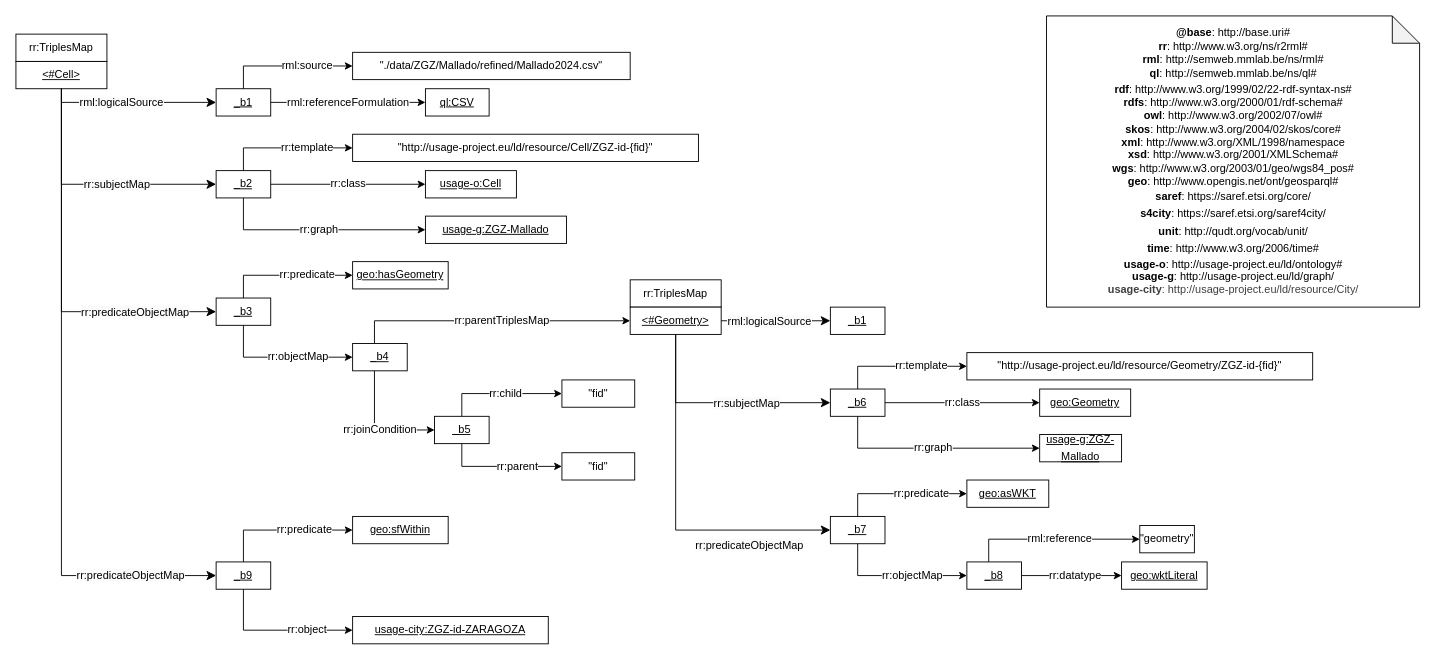
This is mapping/ZGZ/Mallado/mapping.drawio from OnToologyUser/ZGZ_ghg_emissions_knowledge_graph, a draw.io file, before an edit. Source tidied: cells renumbered, new cells numbered last; positions are measured from the earlier drawing's top-left corner, leaving out a move shared by most shapes. Both pictures are drawn from the tidied source at 91%, with x=0, y=0 at pixel (15, 15).
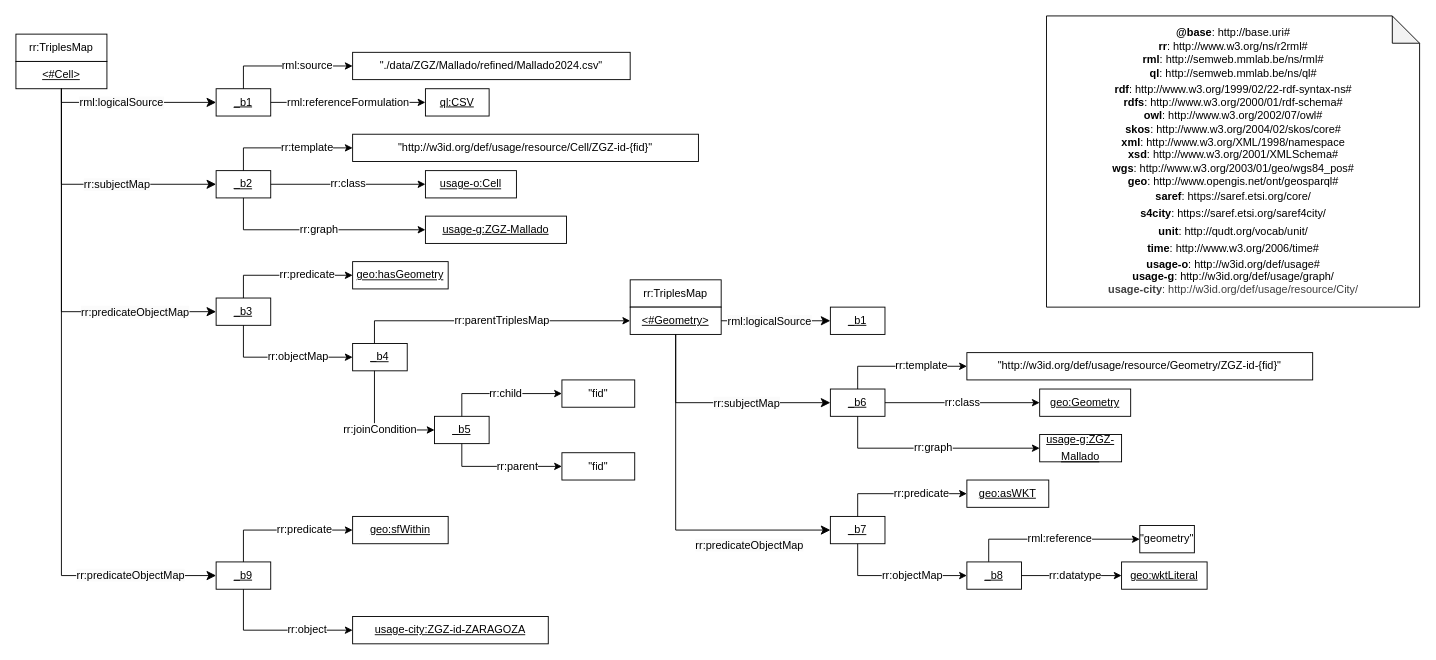
The same diagram, later.

What changed in the source:
```diff
@@
-    <mxCell id="2" value="&lt;div&gt;&lt;b&gt;@base&lt;/b&gt;: http://base.uri#&lt;/div&gt;&lt;div&gt;&lt;b style=&quot;background-color: initial;&quot;&gt;rr&lt;/b&gt;&lt;span style=&quot;background-color: initial;&quot;&gt;: http://www.w3.org/ns/r2rml#&lt;/span&gt;&lt;br&gt;&lt;/div&gt;&lt;div&gt;&lt;div style=&quot;border-color: var(--border-color);&quot;&gt;&lt;b&gt;rml&lt;/b&gt;: http://semweb.mmlab.be/ns/rml#&lt;/div&gt;&lt;div style=&quot;border-color: var(--border-color);&quot;&gt;&lt;div style=&quot;line-height: 19px;&quot;&gt;&lt;div style=&quot;&quot;&gt;&lt;b&gt;ql&lt;/b&gt;: http://semweb.mmlab.be/ns/ql#&lt;/div&gt;&lt;div style=&quot;&quot;&gt;&lt;/div&gt;&lt;/div&gt;&lt;/div&gt;&lt;div style=&quot;border-color: var(--border-color);&quot;&gt;&lt;b&gt;rdf&lt;/b&gt;: http://www.w3.org/1999/02/22-rdf-syntax-ns#&lt;/div&gt;&lt;div style=&quot;border-color: var(--border-color);&quot;&gt;&lt;b&gt;rdfs&lt;/b&gt;: http://www.w3.org/2000/01/rdf-schema#&lt;/div&gt;&lt;div style=&quot;border-color: var(--border-color);&quot;&gt;&lt;span style=&quot;background-color: initial;&quot;&gt;&lt;b&gt;owl&lt;/b&gt;: http://www.w3.org/2002/07/owl#&lt;/span&gt;&lt;br&gt;&lt;/div&gt;&lt;div style=&quot;border-color: var(--border-color);&quot;&gt;&lt;b&gt;skos&lt;/b&gt;: http://www.w3.org/2004/02/skos/core#&lt;/div&gt;&lt;div style=&quot;border-color: var(--border-color);&quot;&gt;&lt;b&gt;xml&lt;/b&gt;: http://www.w3.org/XML/1998/namespace&lt;/div&gt;&lt;div style=&quot;border-color: var(--border-color);&quot;&gt;&lt;b&gt;xsd&lt;/b&gt;: http://www.w3.org/2001/XMLSchema#&lt;/div&gt;&lt;div style=&quot;border-color: var(--border-color);&quot;&gt;&lt;span style=&quot;background-color: initial;&quot;&gt;&lt;b&gt;wgs&lt;/b&gt;: http://www.w3.org/2003/01/geo/wgs84_pos#&lt;/span&gt;&lt;br&gt;&lt;/div&gt;&lt;div style=&quot;border-color: var(--border-color);&quot;&gt;&lt;b style=&quot;background-color: initial;&quot;&gt;geo&lt;/b&gt;&lt;span style=&quot;background-color: initial;&quot;&gt;: http://www.opengis.net/ont/geosparql#&lt;/span&gt;&lt;br&gt;&lt;/div&gt;&lt;div style=&quot;border-color: var(--border-color);&quot;&gt;&lt;div style=&quot;line-height: 19px;&quot;&gt;&lt;b&gt;saref&lt;/b&gt;: https://saref.etsi.org/core/&lt;/div&gt;&lt;div style=&quot;line-height: 19px;&quot;&gt;&lt;div style=&quot;line-height: 19px;&quot;&gt;&lt;b&gt;s4city&lt;/b&gt;: https://saref.etsi.org/saref4city/&lt;/div&gt;&lt;div style=&quot;line-height: 19px;&quot;&gt;&lt;div style=&quot;line-height: 19px;&quot;&gt;&lt;b style=&quot;border-color: var(--border-color); background-color: initial;&quot;&gt;unit&lt;/b&gt;&lt;span style=&quot;border-color: var(--border-color); background-color: initial;&quot;&gt;:&lt;/span&gt;&lt;span style=&quot;border-color: var(--border-color); background-color: initial;&quot;&gt;&amp;nbsp;&lt;/span&gt;&lt;span style=&quot;border-color: var(--border-color); background-color: initial;&quot;&gt;http://qudt.org/vocab/unit/&lt;/span&gt;&lt;br&gt;&lt;/div&gt;&lt;div style=&quot;line-height: 19px;&quot;&gt;&lt;div style=&quot;border-color: var(--border-color); line-height: 19px;&quot;&gt;&lt;b style=&quot;border-color: var(--border-color); background-color: initial;&quot;&gt;time&lt;/b&gt;&lt;span style=&quot;border-color: var(--border-color); background-color: initial;&quot;&gt;: http://www.w3.org/2006/time#&lt;/span&gt;&lt;/div&gt;&lt;/div&gt;&lt;/div&gt;&lt;/div&gt;&lt;/div&gt;&lt;div style=&quot;border-color: var(--border-color);&quot;&gt;&lt;div style=&quot;border-color: var(--border-color);&quot;&gt;&lt;b style=&quot;border-color: var(--border-color);&quot;&gt;usage-o&lt;/b&gt;: http://usage-project.eu/ld/ontology#&lt;/div&gt;&lt;/div&gt;&lt;div style=&quot;border-color: var(--border-color);&quot;&gt;&lt;span style=&quot;background-color: initial;&quot;&gt;&lt;b&gt;usage-g&lt;/b&gt;: http://usage-project.eu/ld/graph/&lt;/span&gt;&lt;br&gt;&lt;/div&gt;&lt;/div&gt;&lt;div style=&quot;border-color: var(--border-color);&quot;&gt;&lt;b style=&quot;color: rgb(63, 63, 63);&quot;&gt;usage-city&lt;/b&gt;&lt;span style=&quot;color: rgb(63, 63, 63);&quot;&gt;: http://usage-project.eu/ld/resource/City/&lt;/span&gt;&lt;span style=&quot;background-color: initial;&quot;&gt;&lt;/span&gt;&lt;/div&gt;" style="shape=note;whiteSpace=wrap;html=1;backgroundOutline=1;darkOpacity=0.05;" parent="1" vertex="1">
+    <mxCell id="2" value="&lt;div&gt;&lt;b&gt;@base&lt;/b&gt;: http://base.uri#&lt;/div&gt;&lt;div&gt;&lt;b style=&quot;background-color: initial;&quot;&gt;rr&lt;/b&gt;&lt;span style=&quot;background-color: initial;&quot;&gt;: http://www.w3.org/ns/r2rml#&lt;/span&gt;&lt;br&gt;&lt;/div&gt;&lt;div&gt;&lt;div style=&quot;border-color: var(--border-color);&quot;&gt;&lt;b&gt;rml&lt;/b&gt;: http://semweb.mmlab.be/ns/rml#&lt;/div&gt;&lt;div style=&quot;border-color: var(--border-color);&quot;&gt;&lt;div style=&quot;line-height: 19px;&quot;&gt;&lt;div style=&quot;&quot;&gt;&lt;b&gt;ql&lt;/b&gt;: http://semweb.mmlab.be/ns/ql#&lt;/div&gt;&lt;div style=&quot;&quot;&gt;&lt;/div&gt;&lt;/div&gt;&lt;/div&gt;&lt;div style=&quot;border-color: var(--border-color);&quot;&gt;&lt;b&gt;rdf&lt;/b&gt;: http://www.w3.org/1999/02/22-rdf-syntax-ns#&lt;/div&gt;&lt;div style=&quot;border-color: var(--border-color);&quot;&gt;&lt;b&gt;rdfs&lt;/b&gt;: http://www.w3.org/2000/01/rdf-schema#&lt;/div&gt;&lt;div style=&quot;border-color: var(--border-color);&quot;&gt;&lt;span style=&quot;background-color: initial;&quot;&gt;&lt;b&gt;owl&lt;/b&gt;: http://www.w3.org/2002/07/owl#&lt;/span&gt;&lt;br&gt;&lt;/div&gt;&lt;div style=&quot;border-color: var(--border-color);&quot;&gt;&lt;b&gt;skos&lt;/b&gt;: http://www.w3.org/2004/02/skos/core#&lt;/div&gt;&lt;div style=&quot;border-color: var(--border-color);&quot;&gt;&lt;b&gt;xml&lt;/b&gt;: http://www.w3.org/XML/1998/namespace&lt;/div&gt;&lt;div style=&quot;border-color: var(--border-color);&quot;&gt;&lt;b&gt;xsd&lt;/b&gt;: http://www.w3.org/2001/XMLSchema#&lt;/div&gt;&lt;div style=&quot;border-color: var(--border-color);&quot;&gt;&lt;span style=&quot;background-color: initial;&quot;&gt;&lt;b&gt;wgs&lt;/b&gt;: http://www.w3.org/2003/01/geo/wgs84_pos#&lt;/span&gt;&lt;br&gt;&lt;/div&gt;&lt;div style=&quot;border-color: var(--border-color);&quot;&gt;&lt;b style=&quot;background-color: initial;&quot;&gt;geo&lt;/b&gt;&lt;span style=&quot;background-color: initial;&quot;&gt;: http://www.opengis.net/ont/geosparql#&lt;/span&gt;&lt;br&gt;&lt;/div&gt;&lt;div style=&quot;border-color: var(--border-color);&quot;&gt;&lt;div style=&quot;line-height: 19px;&quot;&gt;&lt;b&gt;saref&lt;/b&gt;: https://saref.etsi.org/core/&lt;/div&gt;&lt;div style=&quot;line-height: 19px;&quot;&gt;&lt;div style=&quot;line-height: 19px;&quot;&gt;&lt;b&gt;s4city&lt;/b&gt;: https://saref.etsi.org/saref4city/&lt;/div&gt;&lt;div style=&quot;line-height: 19px;&quot;&gt;&lt;div style=&quot;line-height: 19px;&quot;&gt;&lt;b style=&quot;border-color: var(--border-color); background-color: initial;&quot;&gt;unit&lt;/b&gt;&lt;span style=&quot;border-color: var(--border-color); background-color: initial;&quot;&gt;:&lt;/span&gt;&lt;span style=&quot;border-color: var(--border-color); background-color: initial;&quot;&gt;&amp;nbsp;&lt;/span&gt;&lt;span style=&quot;border-color: var(--border-color); background-color: initial;&quot;&gt;http://qudt.org/vocab/unit/&lt;/span&gt;&lt;br&gt;&lt;/div&gt;&lt;div style=&quot;line-height: 19px;&quot;&gt;&lt;div style=&quot;border-color: var(--border-color); line-height: 19px;&quot;&gt;&lt;b style=&quot;border-color: var(--border-color); background-color: initial;&quot;&gt;time&lt;/b&gt;&lt;span style=&quot;border-color: var(--border-color); background-color: initial;&quot;&gt;: http://www.w3.org/2006/time#&lt;/span&gt;&lt;/div&gt;&lt;/div&gt;&lt;/div&gt;&lt;/div&gt;&lt;/div&gt;&lt;div style=&quot;border-color: var(--border-color);&quot;&gt;&lt;div style=&quot;border-color: var(--border-color);&quot;&gt;&lt;b style=&quot;border-color: var(--border-color);&quot;&gt;usage-o&lt;/b&gt;: http://w3id.org/def/usage#&lt;/div&gt;&lt;/div&gt;&lt;div style=&quot;border-color: var(--border-color);&quot;&gt;&lt;span style=&quot;background-color: initial;&quot;&gt;&lt;b&gt;usage-g&lt;/b&gt;: http://w3id.org/def/usage/graph/&lt;/span&gt;&lt;br&gt;&lt;/div&gt;&lt;/div&gt;&lt;div style=&quot;border-color: var(--border-color);&quot;&gt;&lt;b style=&quot;color: rgb(63, 63, 63);&quot;&gt;usage-city&lt;/b&gt;&lt;span style=&quot;color: rgb(63, 63, 63);&quot;&gt;: http://w3id.org/def/usage/resource/City/&lt;/span&gt;&lt;span style=&quot;background-color: initial;&quot;&gt;&lt;/span&gt;&lt;/div&gt;" style="shape=note;whiteSpace=wrap;html=1;backgroundOutline=1;darkOpacity=0.05;" parent="1" vertex="1">
       <mxGeometry x="1132.5" width="410" height="320" as="geometry" />
     </mxCell>
@@
-    <mxCell id="17" value="&quot;http://usage-project.eu/ld/resource/Cell/ZGZ-id-{fid}&quot;" style="rounded=0;whiteSpace=wrap;html=1;snapToPoint=1;" parent="1" vertex="1">
+    <mxCell id="17" value="&quot;http://w3id.org/def/usage/resource/Cell/ZGZ-id-{fid}&quot;" style="rounded=0;whiteSpace=wrap;html=1;snapToPoint=1;" parent="1" vertex="1">
       <mxGeometry x="370" y="130" width="380" height="30" as="geometry" />
     </mxCell>
@@
-    <mxCell id="37" value="&quot;http://usage-project.eu/ld/resource/Geometry/ZGZ-id-{fid}&quot;" style="rounded=0;whiteSpace=wrap;html=1;snapToPoint=1;" parent="1" vertex="1">
+    <mxCell id="37" value="&quot;http://w3id.org/def/usage/resource/Geometry/ZGZ-id-{fid}&quot;" style="rounded=0;whiteSpace=wrap;html=1;snapToPoint=1;" parent="1" vertex="1">
       <mxGeometry x="1045" y="370" width="380" height="30" as="geometry" />
     </mxCell>
```
